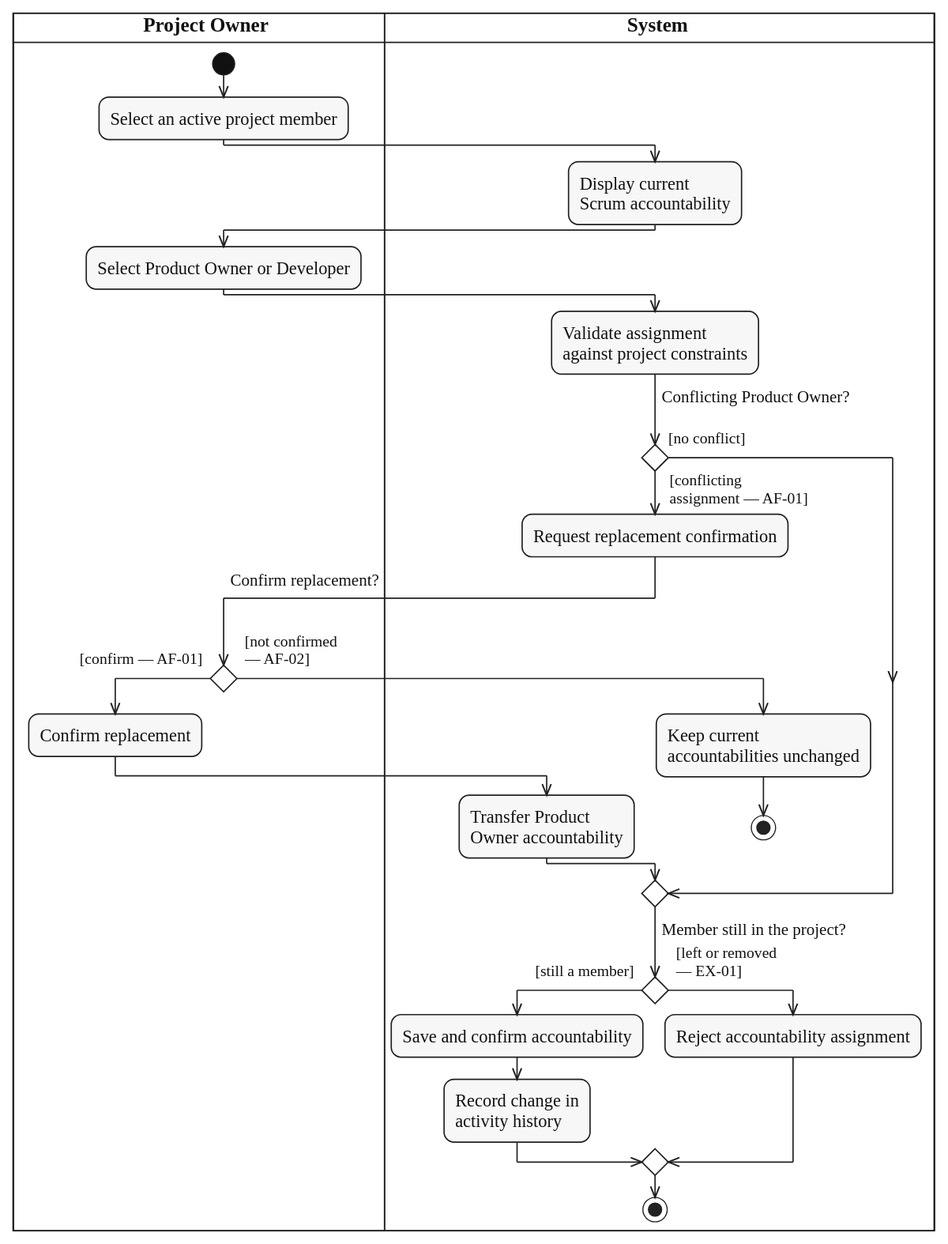
The PlantUML diagram diagrams/activity/project-membership/svg/UC-SCRUM-ACCOUNTABILITY-ASSIGN.svg in lukenab/swd392-doc-automation, before a commit. Its source is kept beside it as diagrams/activity/project-membership/source/UC-SCRUM-ACCOUNTABILITY-ASSIGN.puml.
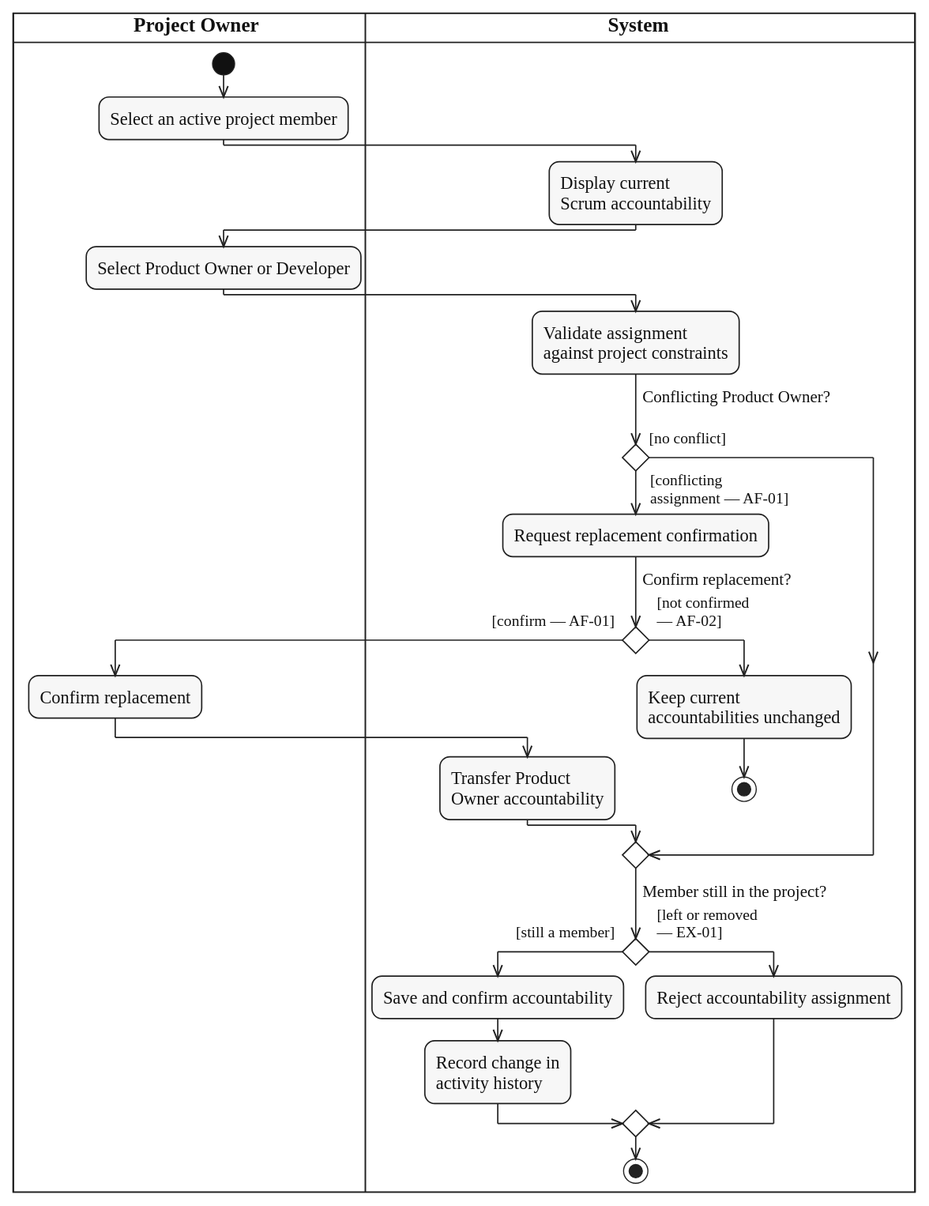
Later version of the same file.

The edit, as a diff of the source:
```diff
@@ -17,8 +17,8 @@
 if ($question("Conflicting Product Owner?")) then ($guard_left("[no conflict]"))
 else ($guard_right("[conflicting", "assignment — AF-01]"))
   :Request replacement confirmation;
-  |OWN|
-  if ($question_x("Confirm replacement?")) then ($guard_left("[confirm — AF-01]"))
+  if ($question("Confirm replacement?")) then ($guard_left("[confirm — AF-01]"))
+    |OWN|
     :Confirm replacement;
     |SYS|
     :Transfer Product
```
